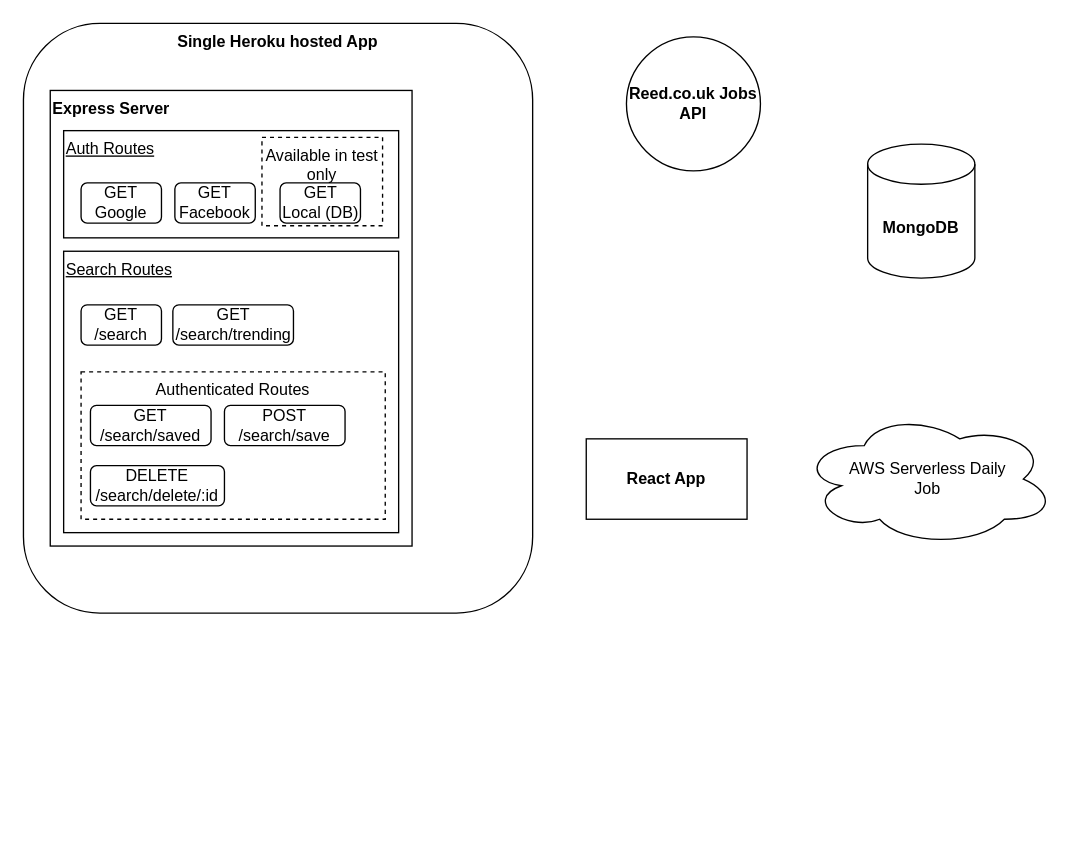
Earlier version of the draw.io diagram docs/Current Architecture.drawio (jb-0/skills-tracker). Source tidied: cells renumbered, new cells numbered last; positions are measured from the earlier drawing's top-left corner, leaving out a move shared by most shapes. Both pictures are drawn from the tidied source at 134%, with x=0, y=0 at pixel (23, 23).
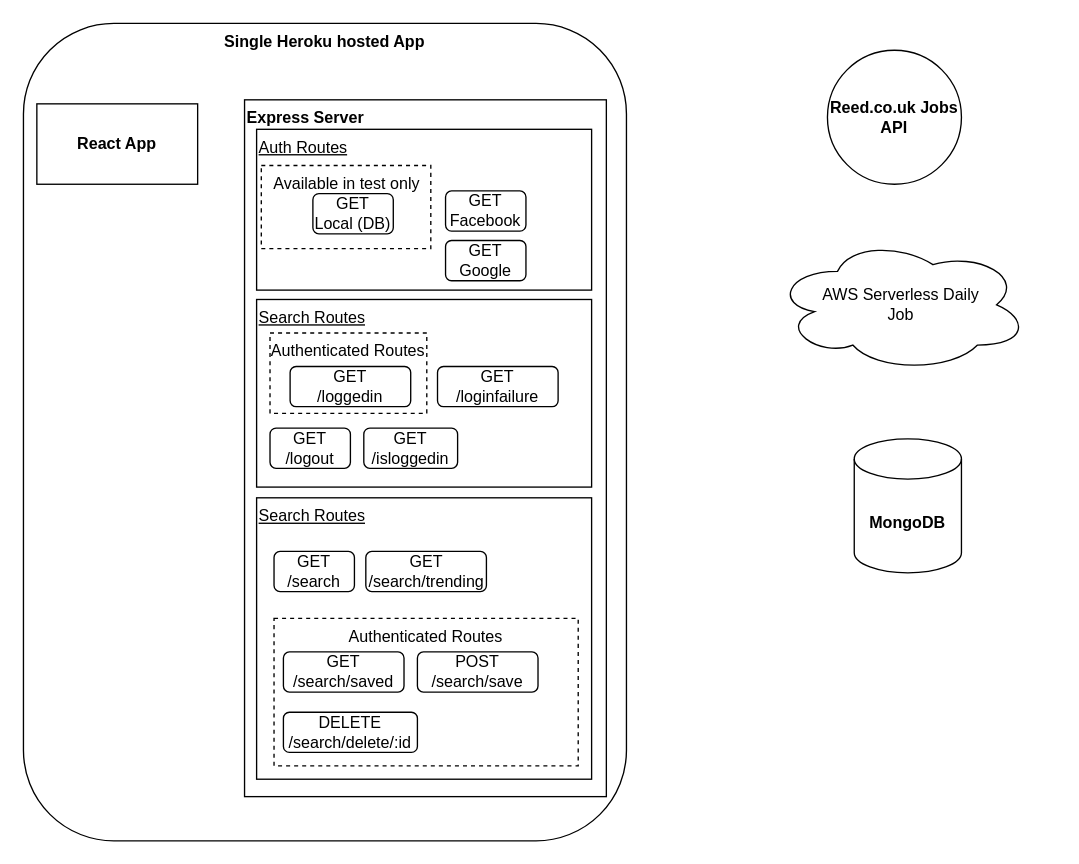
The same page after the edit.

Commit message:
Added user routes

The edit, as a diff of the source:
```diff
@@
     <mxCell id="2" value="Single Heroku hosted App" style="rounded=1;whiteSpace=wrap;html=1;align=center;verticalAlign=top;fontStyle=1;" parent="1" vertex="1">
-      <mxGeometry width="380" height="440" as="geometry" />
+      <mxGeometry width="450" height="610" as="geometry" />
     </mxCell>
     <mxCell id="3" value="MongoDB" style="shape=cylinder3;whiteSpace=wrap;html=1;boundedLbl=1;backgroundOutline=1;size=15;fontStyle=1;" parent="1" vertex="1">
-      <mxGeometry x="630" y="90" width="80" height="100" as="geometry" />
+      <mxGeometry x="620" y="310" width="80" height="100" as="geometry" />
     </mxCell>
-    <mxCell id="4" value="Express Server" style="rounded=0;whiteSpace=wrap;html=1;align=left;verticalAlign=top;fontStyle=1;" parent="1" vertex="1">
-      <mxGeometry x="20" y="50" width="270" height="340" as="geometry" />
-    </mxCell>
     <mxCell id="5" value="AWS Serverless Daily &lt;br&gt;Job" style="ellipse;shape=cloud;whiteSpace=wrap;html=1;" parent="1" vertex="1">
-      <mxGeometry x="580" y="290" width="190" height="100" as="geometry" />
+      <mxGeometry x="560" y="160" width="190" height="100" as="geometry" />
     </mxCell>
     <mxCell id="6" value="React App" style="rounded=0;whiteSpace=wrap;html=1;fontStyle=1;" parent="1" vertex="1">
-      <mxGeometry x="420" y="310" width="120" height="60" as="geometry" />
+      <mxGeometry x="10" y="60" width="120" height="60" as="geometry" />
     </mxCell>
     <mxCell id="7" value="Reed.co.uk Jobs API" style="ellipse;whiteSpace=wrap;html=1;rounded=1;align=center;fontStyle=1;" parent="1" vertex="1">
-      <mxGeometry x="450" y="10" width="100" height="100" as="geometry" />
+      <mxGeometry x="600" y="20" width="100" height="100" as="geometry" />
     </mxCell>
+    <mxCell id="22" style="group;" parent="1" vertex="1">
+      <mxGeometry x="200" y="57" width="270" height="530" as="geometry" />
+    </mxCell>
+    <mxCell id="4" value="Express Server" style="rounded=0;whiteSpace=wrap;html=1;align=left;verticalAlign=top;fontStyle=1;" parent="22" vertex="1">
+      <mxGeometry x="-35" width="270" height="520" as="geometry" />
+    </mxCell>
-    <mxCell id="8" style="group;" parent="1" vertex="1">
-      <mxGeometry x="30" y="80" width="250" height="80" as="geometry" />
+    <mxCell id="8" style="group;" parent="22" vertex="1">
+      <mxGeometry x="-26" y="31" width="250" height="110" as="geometry" />
     </mxCell>
     <mxCell id="9" value="&lt;span style=&quot;font-weight: normal&quot;&gt;&lt;u&gt;Auth Routes&lt;/u&gt;&lt;/span&gt;" style="rounded=0;whiteSpace=wrap;html=1;align=left;verticalAlign=top;fontStyle=1;" parent="8" vertex="1">
-      <mxGeometry width="250" height="80" as="geometry" />
+      <mxGeometry y="-9" width="250" height="120" as="geometry" />
     </mxCell>
     <mxCell id="10" value="Available in test only" style="rounded=0;whiteSpace=wrap;html=1;align=center;dashed=1;verticalAlign=top;" parent="8" vertex="1">
-      <mxGeometry x="148" y="5" width="90" height="66" as="geometry" />
+      <mxGeometry x="3.5" y="18" width="126.5" height="62" as="geometry" />
     </mxCell>
     <mxCell id="11" value="GET&lt;br&gt;Google" style="rounded=1;whiteSpace=wrap;html=1;align=center;" parent="8" vertex="1">
-      <mxGeometry x="13" y="39" width="60" height="30" as="geometry" />
+      <mxGeometry x="141" y="74" width="60" height="30" as="geometry" />
     </mxCell>
     <mxCell id="12" value="GET Facebook" style="rounded=1;whiteSpace=wrap;html=1;align=center;" parent="8" vertex="1">
-      <mxGeometry x="83" y="39" width="60" height="30" as="geometry" />
+      <mxGeometry x="141" y="37" width="60" height="30" as="geometry" />
     </mxCell>
     <mxCell id="13" value="GET &lt;br&gt;Local (DB)" style="rounded=1;whiteSpace=wrap;html=1;align=center;" parent="8" vertex="1">
-      <mxGeometry x="161.5" y="39" width="60" height="30" as="geometry" />
+      <mxGeometry x="42" y="39" width="60" height="30" as="geometry" />
     </mxCell>
-    <mxCell id="14" style="group;" parent="1" vertex="1">
-      <mxGeometry x="30" y="170" width="250" height="210" as="geometry" />
+    <mxCell id="14" style="group;" parent="22" vertex="1">
+      <mxGeometry x="-26" y="297" width="250" height="210" as="geometry" />
     </mxCell>
@@
+    <mxCell id="23" value="&lt;span style=&quot;font-weight: normal&quot;&gt;&lt;u&gt;Search Routes&lt;/u&gt;&lt;/span&gt;" style="rounded=0;whiteSpace=wrap;html=1;align=left;verticalAlign=top;fontStyle=1;" parent="22" vertex="1">
+      <mxGeometry x="-26" y="149" width="250" height="140" as="geometry" />
+    </mxCell>
+    <mxCell id="24" value="Authenticated Routes" style="rounded=0;whiteSpace=wrap;html=1;align=center;dashed=1;verticalAlign=top;" parent="22" vertex="1">
+      <mxGeometry x="-16" y="174" width="117" height="60" as="geometry" />
+    </mxCell>
+    <mxCell id="25" value="GET&lt;br&gt;/logout" style="rounded=1;whiteSpace=wrap;html=1;align=center;" parent="22" vertex="1">
+      <mxGeometry x="-16" y="245" width="60" height="30" as="geometry" />
+    </mxCell>
+    <mxCell id="26" value="GET&lt;br&gt;/loginfailure" style="rounded=1;whiteSpace=wrap;html=1;align=center;" parent="22" vertex="1">
+      <mxGeometry x="109" y="199" width="90" height="30" as="geometry" />
+    </mxCell>
+    <mxCell id="27" value="GET&lt;br&gt;/loggedin" style="rounded=1;whiteSpace=wrap;html=1;align=center;" parent="22" vertex="1">
+      <mxGeometry x="-1" y="199" width="90" height="30" as="geometry" />
+    </mxCell>
+    <mxCell id="28" value="GET&lt;br&gt;/isloggedin" style="rounded=1;whiteSpace=wrap;html=1;align=center;" parent="22" vertex="1">
+      <mxGeometry x="54" y="245" width="70" height="30" as="geometry" />
+    </mxCell>
```
